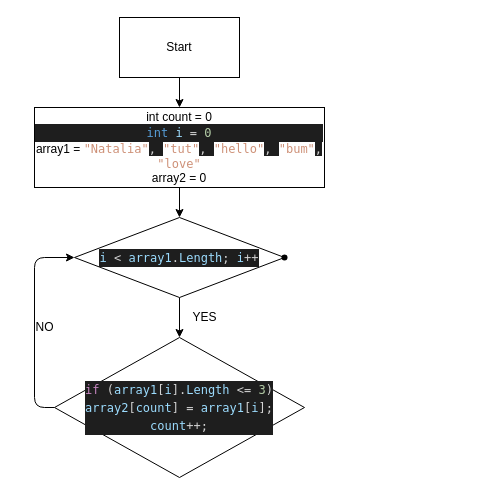
Before: pic.drawio in iamnataliya/finalwork, a draw.io diagram. Source tidied: cells renumbered, new cells numbered last; positions are measured from the earlier drawing's top-left corner, leaving out a move shared by most shapes. Both pictures are drawn from the tidied source at 100%, with x=0, y=0 at pixel (29, 17).
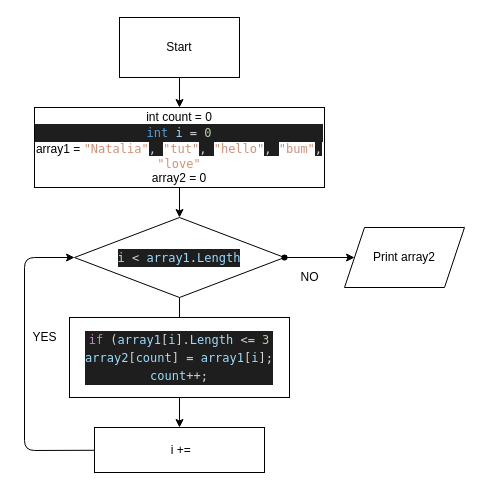
Above is the later version.

Diff of the diagram source:
```diff
@@
 <mxGraphModel>
   <root>
     <mxCell id="0" />
     <mxCell id="1" parent="0" />
     <mxCell id="2" style="edgeStyle=none;html=1;" parent="1" edge="1" source="3" target="5">
       <mxGeometry relative="1" as="geometry" />
     </mxCell>
     <mxCell id="3" value="Start" style="rounded=0;whiteSpace=wrap;html=1;" parent="1" vertex="1">
       <mxGeometry x="90" width="120" height="60" as="geometry" />
     </mxCell>
     <mxCell id="4" style="edgeStyle=none;html=1;" parent="1" edge="1" source="5" target="7">
       <mxGeometry relative="1" as="geometry" />
     </mxCell>
     <mxCell id="5" value="int count = 0&lt;br&gt;&lt;div style=&quot;color: rgb(212 , 212 , 212) ; background-color: rgb(30 , 30 , 30) ; font-family: &amp;#34;menlo&amp;#34; , &amp;#34;monaco&amp;#34; , &amp;#34;courier new&amp;#34; , monospace ; line-height: 18px&quot;&gt;&lt;span style=&quot;color: #569cd6&quot;&gt;int&lt;/span&gt; &lt;span style=&quot;color: #9cdcfe&quot;&gt;i&lt;/span&gt; = &lt;span style=&quot;color: #b5cea8&quot;&gt;0&lt;/span&gt;&lt;/div&gt;array1 =&amp;nbsp;&lt;span style=&quot;font-family: &amp;#34;menlo&amp;#34; , &amp;#34;monaco&amp;#34; , &amp;#34;courier new&amp;#34; , monospace ; color: rgb(206 , 145 , 120)&quot;&gt;&quot;Natalia&quot;&lt;/span&gt;&lt;span style=&quot;background-color: rgb(30 , 30 , 30) ; color: rgb(212 , 212 , 212) ; font-family: &amp;#34;menlo&amp;#34; , &amp;#34;monaco&amp;#34; , &amp;#34;courier new&amp;#34; , monospace&quot;&gt;, &lt;/span&gt;&lt;span style=&quot;font-family: &amp;#34;menlo&amp;#34; , &amp;#34;monaco&amp;#34; , &amp;#34;courier new&amp;#34; , monospace ; color: rgb(206 , 145 , 120)&quot;&gt;&quot;tut&quot;&lt;/span&gt;&lt;span style=&quot;background-color: rgb(30 , 30 , 30) ; color: rgb(212 , 212 , 212) ; font-family: &amp;#34;menlo&amp;#34; , &amp;#34;monaco&amp;#34; , &amp;#34;courier new&amp;#34; , monospace&quot;&gt;, &lt;/span&gt;&lt;span style=&quot;font-family: &amp;#34;menlo&amp;#34; , &amp;#34;monaco&amp;#34; , &amp;#34;courier new&amp;#34; , monospace ; color: rgb(206 , 145 , 120)&quot;&gt;&quot;hello&quot;&lt;/span&gt;&lt;span style=&quot;background-color: rgb(30 , 30 , 30) ; color: rgb(212 , 212 , 212) ; font-family: &amp;#34;menlo&amp;#34; , &amp;#34;monaco&amp;#34; , &amp;#34;courier new&amp;#34; , monospace&quot;&gt;, &lt;/span&gt;&lt;span style=&quot;font-family: &amp;#34;menlo&amp;#34; , &amp;#34;monaco&amp;#34; , &amp;#34;courier new&amp;#34; , monospace ; color: rgb(206 , 145 , 120)&quot;&gt;&quot;bum&quot;&lt;/span&gt;&lt;span style=&quot;background-color: rgb(30 , 30 , 30) ; color: rgb(212 , 212 , 212) ; font-family: &amp;#34;menlo&amp;#34; , &amp;#34;monaco&amp;#34; , &amp;#34;courier new&amp;#34; , monospace&quot;&gt;, &lt;/span&gt;&lt;span style=&quot;font-family: &amp;#34;menlo&amp;#34; , &amp;#34;monaco&amp;#34; , &amp;#34;courier new&amp;#34; , monospace ; color: rgb(206 , 145 , 120)&quot;&gt;&quot;love&quot;&lt;/span&gt;&lt;br&gt;array2 = 0" style="rounded=0;whiteSpace=wrap;html=1;" parent="1" vertex="1">
       <mxGeometry x="5" y="90" width="290" height="80" as="geometry" />
     </mxCell>
-    <mxCell id="6" style="edgeStyle=none;html=1;" parent="1" edge="1" source="7" target="9">
-      <mxGeometry relative="1" as="geometry" />
+    <mxCell id="6" style="edgeStyle=none;html=1;" parent="1" edge="1" source="7">
+      <mxGeometry relative="1" as="geometry">
+        <mxPoint x="150" y="320" as="targetPoint" />
+      </mxGeometry>
     </mxCell>
-    <mxCell id="7" value="&lt;div style=&quot;color: rgb(212 , 212 , 212) ; background-color: rgb(30 , 30 , 30) ; font-family: &amp;#34;menlo&amp;#34; , &amp;#34;monaco&amp;#34; , &amp;#34;courier new&amp;#34; , monospace ; line-height: 18px&quot;&gt;&lt;span style=&quot;color: #9cdcfe&quot;&gt;i&lt;/span&gt; &amp;lt; &lt;span style=&quot;color: #9cdcfe&quot;&gt;array1&lt;/span&gt;.&lt;span style=&quot;color: #9cdcfe&quot;&gt;Length&lt;/span&gt;; &lt;span style=&quot;color: #9cdcfe&quot;&gt;i&lt;/span&gt;++&lt;/div&gt;" style="rhombus;whiteSpace=wrap;html=1;rounded=0;" parent="1" vertex="1">
+    <mxCell id="7" value="&lt;div style=&quot;color: rgb(212 , 212 , 212) ; background-color: rgb(30 , 30 , 30) ; font-family: &amp;#34;menlo&amp;#34; , &amp;#34;monaco&amp;#34; , &amp;#34;courier new&amp;#34; , monospace ; line-height: 18px&quot;&gt;&lt;span style=&quot;color: #9cdcfe&quot;&gt;i&lt;/span&gt; &amp;lt; &lt;span style=&quot;color: #9cdcfe&quot;&gt;array1&lt;/span&gt;.&lt;span style=&quot;color: #9cdcfe&quot;&gt;Length&lt;/span&gt;&lt;/div&gt;" style="rhombus;whiteSpace=wrap;html=1;rounded=0;" parent="1" vertex="1">
       <mxGeometry x="45" y="200" width="210" height="80" as="geometry" />
     </mxCell>
-    <mxCell id="8" style="edgeStyle=none;html=1;entryX=0;entryY=0.5;entryDx=0;entryDy=0;exitX=0;exitY=0.5;exitDx=0;exitDy=0;" parent="1" edge="1" source="9" target="7">
-      <mxGeometry relative="1" as="geometry">
-        <Array as="points">
-          <mxPoint x="5" y="390" />
-          <mxPoint x="5" y="240" />
-        </Array>
-      </mxGeometry>
-    </mxCell>
-    <mxCell id="9" value="&lt;div style=&quot;color: rgb(212 , 212 , 212) ; background-color: rgb(30 , 30 , 30) ; font-family: &amp;#34;menlo&amp;#34; , &amp;#34;monaco&amp;#34; , &amp;#34;courier new&amp;#34; , monospace ; line-height: 18px&quot;&gt;&lt;div style=&quot;font-family: &amp;#34;menlo&amp;#34; , &amp;#34;monaco&amp;#34; , &amp;#34;courier new&amp;#34; , monospace ; line-height: 18px&quot;&gt;&lt;span style=&quot;color: #c586c0&quot;&gt;if&lt;/span&gt; (&lt;span style=&quot;color: #9cdcfe&quot;&gt;array1&lt;/span&gt;[&lt;span style=&quot;color: #9cdcfe&quot;&gt;i&lt;/span&gt;].&lt;span style=&quot;color: #9cdcfe&quot;&gt;Length&lt;/span&gt; &amp;lt;= &lt;span style=&quot;color: #b5cea8&quot;&gt;3&lt;/span&gt;)&lt;/div&gt;&lt;div style=&quot;font-family: &amp;#34;menlo&amp;#34; , &amp;#34;monaco&amp;#34; , &amp;#34;courier new&amp;#34; , monospace ; line-height: 18px&quot;&gt;&lt;div style=&quot;font-family: &amp;#34;menlo&amp;#34; , &amp;#34;monaco&amp;#34; , &amp;#34;courier new&amp;#34; , monospace ; line-height: 18px&quot;&gt;&lt;div&gt;&lt;span style=&quot;color: #9cdcfe&quot;&gt;array2&lt;/span&gt;[&lt;span style=&quot;color: #9cdcfe&quot;&gt;count&lt;/span&gt;] = &lt;span style=&quot;color: #9cdcfe&quot;&gt;array1&lt;/span&gt;[&lt;span style=&quot;color: #9cdcfe&quot;&gt;i&lt;/span&gt;];&lt;/div&gt;&lt;div&gt;            &lt;span style=&quot;color: #9cdcfe&quot;&gt;count&lt;/span&gt;++;&lt;/div&gt;&lt;/div&gt;&lt;/div&gt;&lt;/div&gt;" style="rhombus;whiteSpace=wrap;html=1;rounded=0;" parent="1" vertex="1">
-      <mxGeometry x="25" y="320" width="250" height="140" as="geometry" />
-    </mxCell>
+    <mxCell id="13" style="edgeStyle=none;html=1;" parent="1" edge="1" source="10" target="18">
+      <mxGeometry relative="1" as="geometry" />
+    </mxCell>
     <mxCell id="10" style="shape=waypoint;sketch=0;size=6;points=[];fillColor=default;perimeter=centerPerimeter;snapToPoint=1;rounded=0;" parent="1" vertex="1">
       <mxGeometry x="235" y="220" width="40" height="40" as="geometry" />
     </mxCell>
+    <mxCell id="14" style="edgeStyle=none;html=1;" parent="1" edge="1" source="15" target="17">
+      <mxGeometry relative="1" as="geometry" />
+    </mxCell>
+    <mxCell id="15" value="&lt;div style=&quot;color: rgb(212 , 212 , 212) ; background-color: rgb(30 , 30 , 30) ; font-family: &amp;#34;menlo&amp;#34; , &amp;#34;monaco&amp;#34; , &amp;#34;courier new&amp;#34; , monospace ; line-height: 18px&quot;&gt;&lt;span style=&quot;color: #c586c0&quot;&gt;if&lt;/span&gt; (&lt;span style=&quot;color: #9cdcfe&quot;&gt;array1&lt;/span&gt;[&lt;span style=&quot;color: #9cdcfe&quot;&gt;i&lt;/span&gt;].&lt;span style=&quot;color: #9cdcfe&quot;&gt;Length&lt;/span&gt; &amp;lt;= &lt;span style=&quot;color: #b5cea8&quot;&gt;3&lt;/span&gt;&lt;/div&gt;&lt;div style=&quot;color: rgb(212 , 212 , 212) ; background-color: rgb(30 , 30 , 30) ; font-family: &amp;#34;menlo&amp;#34; , &amp;#34;monaco&amp;#34; , &amp;#34;courier new&amp;#34; , monospace ; line-height: 18px&quot;&gt;&lt;div style=&quot;font-family: &amp;#34;menlo&amp;#34; , &amp;#34;monaco&amp;#34; , &amp;#34;courier new&amp;#34; , monospace ; line-height: 18px&quot;&gt;&lt;div&gt;&lt;span style=&quot;color: #9cdcfe&quot;&gt;array2&lt;/span&gt;[&lt;span style=&quot;color: #9cdcfe&quot;&gt;count&lt;/span&gt;] = &lt;span style=&quot;color: #9cdcfe&quot;&gt;array1&lt;/span&gt;[&lt;span style=&quot;color: #9cdcfe&quot;&gt;i&lt;/span&gt;];&lt;/div&gt;&lt;div&gt;            &lt;span style=&quot;color: #9cdcfe&quot;&gt;count&lt;/span&gt;++;&lt;/div&gt;&lt;/div&gt;&lt;/div&gt;" style="rounded=0;whiteSpace=wrap;html=1;" parent="1" vertex="1">
+      <mxGeometry x="40" y="300" width="220" height="80" as="geometry" />
+    </mxCell>
+    <mxCell id="16" style="edgeStyle=none;html=1;entryX=0;entryY=0.5;entryDx=0;entryDy=0;" parent="1" edge="1" source="17" target="7">
+      <mxGeometry relative="1" as="geometry">
+        <Array as="points">
+          <mxPoint x="-5" y="433" />
+          <mxPoint x="-5" y="240" />
+        </Array>
+      </mxGeometry>
+    </mxCell>
+    <mxCell id="17" value="&amp;nbsp;i +=" style="rounded=0;whiteSpace=wrap;html=1;" parent="1" vertex="1">
+      <mxGeometry x="65" y="410" width="170" height="45" as="geometry" />
+    </mxCell>
+    <mxCell id="18" value="Print array2" style="shape=parallelogram;perimeter=parallelogramPerimeter;whiteSpace=wrap;html=1;fixedSize=1;sketch=0;rounded=0;" parent="1" vertex="1">
+      <mxGeometry x="315" y="210" width="120" height="60" as="geometry" />
+    </mxCell>
+    <mxCell id="12" value="YES" style="text;html=1;align=center;verticalAlign=middle;strokeColor=none;fillColor=none;" parent="1" vertex="1">
+      <mxGeometry x="-5" y="310" width="40" height="20" as="geometry" />
+    </mxCell>
     <mxCell id="11" value="NO" style="text;html=1;align=center;verticalAlign=middle;strokeColor=none;fillColor=none;" parent="1" vertex="1">
-      <mxGeometry y="300" width="30" height="20" as="geometry" />
+      <mxGeometry x="265" y="250" width="30" height="20" as="geometry" />
     </mxCell>
-    <mxCell id="12" value="YES" style="text;html=1;align=center;verticalAlign=middle;strokeColor=none;fillColor=none;" parent="1" vertex="1">
-      <mxGeometry x="155" y="290" width="40" height="20" as="geometry" />
-    </mxCell>
   </root>
 </mxGraphModel>
```
